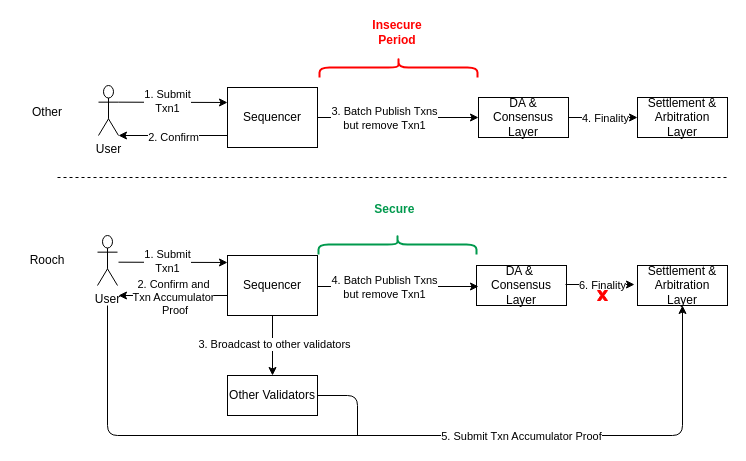
Earlier version of the draw.io diagram page "sequence-proof" (8 of 20) of static/diagram/rooch.drawio (rooch-network/rooch-network.github.io). Source tidied: cells renumbered, new cells numbered last; positions are measured from the earlier drawing's top-left corner, leaving out a move shared by most shapes. Both pictures are drawn from the tidied source at 100%, with x=0, y=0 at pixel (17, 17).
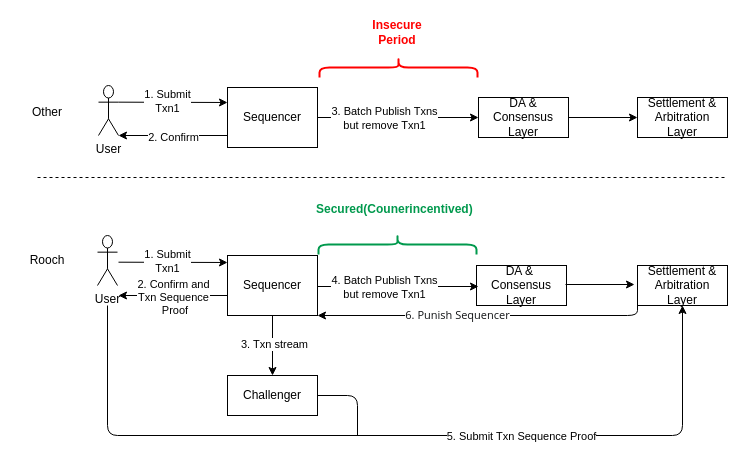
The same page after the edit.

The change refers to these unchanged cells:
```xml
<mxCell id="8" value="Sequencer" style="rounded=0;whiteSpace=wrap;html=1;" parent="1" vertex="1">
  <mxGeometry x="210" y="238" width="90" height="60" as="geometry" />
</mxCell>
<mxCell id="12" value="Settlement &amp;amp; Arbitration&lt;br&gt;Layer" style="rounded=0;whiteSpace=wrap;html=1;" parent="1" vertex="1">
  <mxGeometry x="620" y="248" width="90" height="40" as="geometry" />
</mxCell>
<mxCell id="20" style="endArrow=classic;html=1;entryX=0;entryY=0.5;entryDx=0;entryDy=0;exitX=1;exitY=0.5;exitDx=0;exitDy=0;" parent="1" edge="1" source="9" target="10">
  <mxGeometry relative="1" as="geometry" />
</mxCell>
<mxCell id="24" style="endArrow=classic;html=1;entryX=1;entryY=1;entryDx=0;entryDy=0;entryPerimeter=0;" parent="1" edge="1">
  <mxGeometry relative="1" as="geometry">
    <mxPoint x="210" y="278" as="sourcePoint" />
    <mxPoint x="101" y="278" as="targetPoint" />
  </mxGeometry>
</mxCell>
<mxCell id="28" style="endArrow=classic;html=1;exitX=0.5;exitY=1;exitDx=0;exitDy=0;" parent="1" edge="1" source="8" target="13">
  <mxGeometry relative="1" as="geometry" />
</mxCell>
<mxCell id="32" style="endArrow=classic;html=1;entryX=0;entryY=0.5;entryDx=0;entryDy=0;exitX=1;exitY=0.5;exitDx=0;exitDy=0;" parent="1" edge="1">
  <mxGeometry relative="1" as="geometry">
    <mxPoint x="548" y="267" as="sourcePoint" />
    <mxPoint x="617" y="267" as="targetPoint" />
  </mxGeometry>
</mxCell>
<mxCell id="35" style="edgeStyle=segmentEdgeStyle;endArrow=classic;html=1;fontColor=#000000;entryX=0.5;entryY=1;entryDx=0;entryDy=0;" parent="1" edge="1" target="12">
  <mxGeometry relative="1" as="geometry">
    <mxPoint x="90" y="288" as="sourcePoint" />
    <Array as="points">
      <mxPoint x="90" y="418" />
      <mxPoint x="665" y="418" />
    </Array>
  </mxGeometry>
</mxCell>
```

Diff of the diagram source:
```diff
@@
     <mxCell id="2" style="endArrow=none;html=1;endFill=0;dashed=1;" parent="1" edge="1">
       <mxGeometry relative="1" as="geometry">
-        <mxPoint x="40" y="160" as="sourcePoint" />
+        <mxPoint x="20" y="160" as="sourcePoint" />
         <mxPoint x="710" y="160" as="targetPoint" />
       </mxGeometry>
     </mxCell>
@@
+    <mxCell id="40" style="edgeStyle=none;html=1;exitX=0;exitY=1;exitDx=0;exitDy=0;entryX=1;entryY=1;entryDx=0;entryDy=0;fontSize=18;startArrow=none;startFill=0;endArrow=classic;endFill=1;" parent="1" edge="1" source="12" target="8">
+      <mxGeometry relative="1" as="geometry">
+        <Array as="points">
+          <mxPoint x="620" y="298" />
+        </Array>
+      </mxGeometry>
+    </mxCell>
+    <mxCell id="41" value="&lt;span style=&quot;caret-color: rgb(16, 18, 20); color: rgb(16, 18, 20); font-family: &amp;quot;PingFang SC&amp;quot;, &amp;quot;Segoe UI&amp;quot;, Arial, &amp;quot;Microsoft YaHei&amp;quot;, 微软雅黑, 宋体, &amp;quot;Malgun Gothic&amp;quot;, sans-serif; font-size: 11px; text-align: start; text-size-adjust: auto;&quot;&gt;6. Punish Sequencer&lt;/span&gt;" style="edgeLabel;html=1;align=center;verticalAlign=middle;fontSize=11;" parent="40" vertex="1">
+      <mxGeometry x="0.15" y="-1" relative="1" as="geometry">
+        <mxPoint x="-1" as="offset" />
+      </mxGeometry>
+    </mxCell>
@@
-    <mxCell id="13" value="Other Validators" style="rounded=0;whiteSpace=wrap;html=1;" parent="1" vertex="1">
+    <mxCell id="13" value="Challenger" style="rounded=0;whiteSpace=wrap;html=1;" parent="1" vertex="1">
       <mxGeometry x="210" y="358" width="90" height="40" as="geometry" />
     </mxCell>
@@
-    <mxCell id="21" value="&lt;font color=&quot;#000000&quot;&gt;4. Finality&lt;/font&gt;" style="edgeLabel;html=1;align=center;verticalAlign=middle;fontColor=#FF0000;" parent="20" vertex="1">
-      <mxGeometry x="0.04" relative="1" as="geometry" />
-    </mxCell>
@@
-    <mxCell id="25" value="2. Confirm and&lt;br&gt;Txn Accumulator&lt;br&gt;&amp;nbsp;Proof" style="edgeLabel;html=1;align=center;verticalAlign=middle;" parent="24" vertex="1">
+    <mxCell id="25" value="2. Confirm and&lt;br&gt;Txn Sequence&lt;br&gt;&amp;nbsp;Proof" style="edgeLabel;html=1;align=center;verticalAlign=middle;" parent="24" vertex="1">
       <mxGeometry x="0.01" y="1" relative="1" as="geometry" />
     </mxCell>
@@
-    <mxCell id="29" value="3. Broadcast to other validators" style="edgeLabel;html=1;align=center;verticalAlign=middle;" parent="28" vertex="1">
+    <mxCell id="29" value="3. Txn stream" style="edgeLabel;html=1;align=center;verticalAlign=middle;" parent="28" vertex="1">
       <mxGeometry x="-0.07" y="1" relative="1" as="geometry" />
     </mxCell>
@@
-    <mxCell id="33" value="&lt;font color=&quot;#000000&quot;&gt;6. Finality&lt;/font&gt;" style="edgeLabel;html=1;align=center;verticalAlign=middle;fontColor=#FF0000;" parent="32" vertex="1">
-      <mxGeometry x="0.04" relative="1" as="geometry" />
-    </mxCell>
-    <mxCell id="34" style="verticalLabelPosition=bottom;verticalAlign=top;html=1;shape=mxgraph.basic.x;fontColor=#000000;strokeColor=#FF0000;fillColor=#FF0000;" parent="1" vertex="1">
-      <mxGeometry x="580" y="273" width="10" height="10" as="geometry" />
-    </mxCell>
@@
-    <mxCell id="36" value="5. Submit Txn Accumulator Proof" style="edgeLabel;html=1;align=center;verticalAlign=middle;fontColor=#000000;" parent="35" vertex="1">
+    <mxCell id="36" value="5. Submit Txn Sequence Proof" style="edgeLabel;html=1;align=center;verticalAlign=middle;fontColor=#000000;" parent="35" vertex="1">
       <mxGeometry x="0.3" relative="1" as="geometry" />
     </mxCell>
@@
-    <mxCell id="39" value="&lt;font&gt;Secure&amp;nbsp;&lt;/font&gt;" style="text;html=1;strokeColor=none;fillColor=none;align=center;verticalAlign=middle;whiteSpace=wrap;rounded=0;fontColor=#00994D;fontStyle=1;" parent="1" vertex="1">
+    <mxCell id="39" value="&lt;font&gt;Secured(Counerincentived)&amp;nbsp;&lt;/font&gt;" style="text;html=1;strokeColor=none;fillColor=none;align=center;verticalAlign=middle;whiteSpace=wrap;rounded=0;fontColor=#00994D;fontStyle=1;" parent="1" vertex="1">
       <mxGeometry x="349" y="177" width="60" height="30" as="geometry" />
     </mxCell>
```
